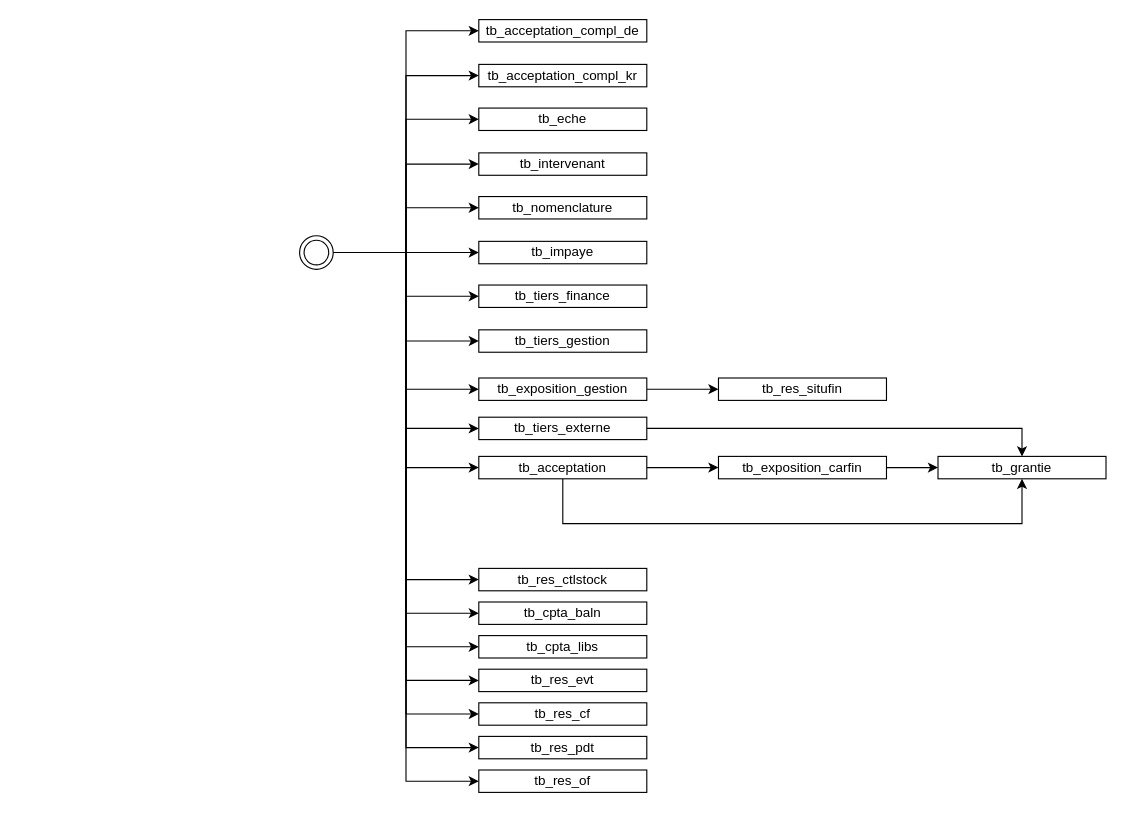
Earlier version of the draw.io diagram page "loading_order" (1 of 22) of schema_laurent.drawio (wunyu/drawio). Source tidied: cells renumbered, new cells numbered last; positions are measured from the earlier drawing's top-left corner, leaving out a move shared by most shapes. Both pictures are drawn from the tidied source at 112%, with x=0, y=0 at pixel (299, 19).
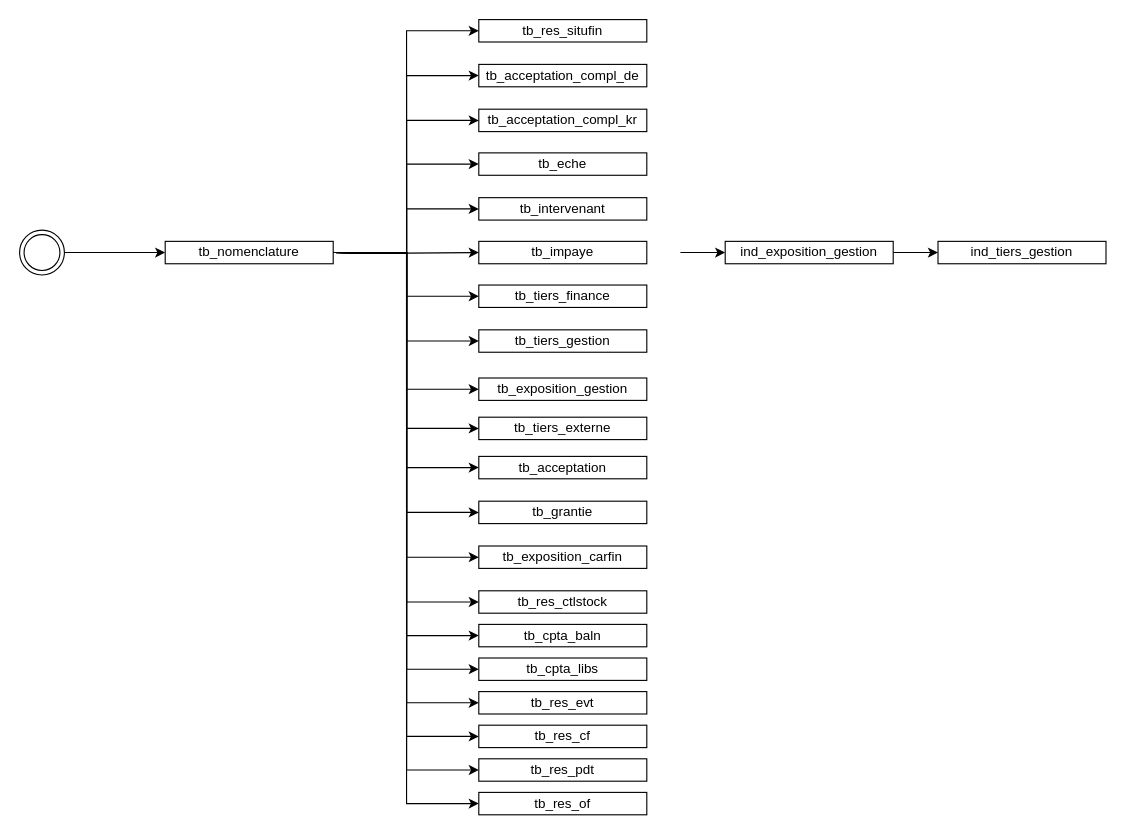
The same diagram, later.

Unchanged cells that the change refers to:
```xml
<mxCell id="3" value="tb_exposition_gestion" style="whiteSpace=wrap;html=1;" parent="1" vertex="1">
  <mxGeometry x="160" y="320" width="150" height="20" as="geometry" />
</mxCell>
<mxCell id="6" value="tb_acceptation" style="whiteSpace=wrap;html=1;" parent="1" vertex="1">
  <mxGeometry x="160" y="390" width="150" height="20" as="geometry" />
</mxCell>
<mxCell id="11" value="tb_tiers_externe" style="whiteSpace=wrap;html=1;" parent="1" vertex="1">
  <mxGeometry x="160" y="355" width="150" height="20" as="geometry" />
</mxCell>
<mxCell id="16" value="tb_impaye" style="whiteSpace=wrap;html=1;" parent="1" vertex="1">
  <mxGeometry x="160" y="198" width="150" height="20" as="geometry" />
</mxCell>
<mxCell id="19" value="tb_tiers_finance" style="whiteSpace=wrap;html=1;" parent="1" vertex="1">
  <mxGeometry x="160" y="237" width="150" height="20" as="geometry" />
</mxCell>
<mxCell id="20" value="tb_tiers_gestion" style="whiteSpace=wrap;html=1;" parent="1" vertex="1">
  <mxGeometry x="160" y="277" width="150" height="20" as="geometry" />
</mxCell>
```

Diff of the diagram source:
```diff
@@
-    <mxCell id="2" style="edgeStyle=orthogonalEdgeStyle;rounded=0;jettySize=auto;html=1;" parent="1" edge="1" source="3" target="12">
-      <mxGeometry relative="1" as="geometry" />
-    </mxCell>
@@
-    <mxCell id="4" style="edgeStyle=orthogonalEdgeStyle;rounded=0;jettySize=auto;html=1;" parent="1" edge="1" source="6" target="8">
-      <mxGeometry relative="1" as="geometry" />
-    </mxCell>
-    <mxCell id="5" style="edgeStyle=orthogonalEdgeStyle;rounded=0;jettySize=auto;html=1;entryX=0.5;entryY=1;entryDx=0;entryDy=0;" parent="1" edge="1" source="6" target="9">
-      <mxGeometry relative="1" as="geometry">
-        <Array as="points">
-          <mxPoint x="235" y="450" />
-          <mxPoint x="645" y="450" />
-        </Array>
-      </mxGeometry>
-    </mxCell>
@@
-    <mxCell id="7" style="edgeStyle=orthogonalEdgeStyle;rounded=0;jettySize=auto;html=1;" parent="1" edge="1" source="8" target="9">
-      <mxGeometry relative="1" as="geometry" />
-    </mxCell>
     <mxCell id="8" value="tb_exposition_carfin" style="whiteSpace=wrap;html=1;" parent="1" vertex="1">
-      <mxGeometry x="374" y="390" width="150" height="20" as="geometry" />
+      <mxGeometry x="160" y="470" width="150" height="20" as="geometry" />
     </mxCell>
     <mxCell id="9" value="tb_grantie" style="whiteSpace=wrap;html=1;" parent="1" vertex="1">
-      <mxGeometry x="570" y="390" width="150" height="20" as="geometry" />
+      <mxGeometry x="160" y="430" width="150" height="20" as="geometry" />
     </mxCell>
-    <mxCell id="10" style="edgeStyle=orthogonalEdgeStyle;rounded=0;jettySize=auto;html=1;entryX=0.5;entryY=0;entryDx=0;entryDy=0;" parent="1" edge="1" source="11" target="9">
-      <mxGeometry relative="1" as="geometry" />
-    </mxCell>
@@
     <mxCell id="12" value="tb_res_situfin" style="whiteSpace=wrap;html=1;" parent="1" vertex="1">
-      <mxGeometry x="374" y="320" width="150" height="20" as="geometry" />
+      <mxGeometry x="160" width="150" height="20" as="geometry" />
     </mxCell>
     <mxCell id="13" value="tb_acceptation_compl_de" style="whiteSpace=wrap;html=1;" parent="1" vertex="1">
-      <mxGeometry x="160" width="150" height="20" as="geometry" />
+      <mxGeometry x="160" y="40" width="150" height="20" as="geometry" />
     </mxCell>
     <mxCell id="14" value="tb_acceptation_compl_kr" style="whiteSpace=wrap;html=1;" parent="1" vertex="1">
-      <mxGeometry x="160" y="40" width="150" height="20" as="geometry" />
+      <mxGeometry x="160" y="80" width="150" height="20" as="geometry" />
     </mxCell>
     <mxCell id="15" value="tb_eche" style="whiteSpace=wrap;html=1;" parent="1" vertex="1">
-      <mxGeometry x="160" y="79" width="150" height="20" as="geometry" />
+      <mxGeometry x="160" y="119" width="150" height="20" as="geometry" />
     </mxCell>
@@
     <mxCell id="17" value="tb_intervenant" style="whiteSpace=wrap;html=1;" parent="1" vertex="1">
-      <mxGeometry x="160" y="119" width="150" height="20" as="geometry" />
+      <mxGeometry x="160" y="159" width="150" height="20" as="geometry" />
     </mxCell>
     <mxCell id="18" value="tb_nomenclature" style="whiteSpace=wrap;html=1;" parent="1" vertex="1">
-      <mxGeometry x="160" y="158" width="150" height="20" as="geometry" />
+      <mxGeometry x="-120" y="198" width="150" height="20" as="geometry" />
     </mxCell>
@@
-    <mxCell id="21" style="edgeStyle=orthogonalEdgeStyle;rounded=0;jettySize=auto;html=1;entryX=0;entryY=0.5;entryDx=0;entryDy=0;" parent="1" edge="1" source="39" target="13">
-      <mxGeometry relative="1" as="geometry" />
+    <mxCell id="21" style="edgeStyle=orthogonalEdgeStyle;rounded=0;jettySize=auto;html=1;entryX=0;entryY=0.5;entryDx=0;entryDy=0;" parent="1" edge="1" target="13">
+      <mxGeometry relative="1" as="geometry">
+        <mxPoint x="30" y="208" as="sourcePoint" />
+      </mxGeometry>
     </mxCell>
-    <mxCell id="22" style="edgeStyle=orthogonalEdgeStyle;rounded=0;jettySize=auto;html=1;entryX=0;entryY=0.5;entryDx=0;entryDy=0;" parent="1" edge="1" source="39" target="14">
-      <mxGeometry relative="1" as="geometry" />
+    <mxCell id="22" style="edgeStyle=orthogonalEdgeStyle;rounded=0;jettySize=auto;html=1;entryX=0;entryY=0.5;entryDx=0;entryDy=0;" parent="1" edge="1" target="14">
+      <mxGeometry relative="1" as="geometry">
+        <mxPoint x="30" y="208" as="sourcePoint" />
+      </mxGeometry>
     </mxCell>
-    <mxCell id="23" style="edgeStyle=orthogonalEdgeStyle;rounded=0;jettySize=auto;html=1;entryX=0;entryY=0.5;entryDx=0;entryDy=0;" parent="1" edge="1" source="39" target="15">
-      <mxGeometry relative="1" as="geometry" />
+    <mxCell id="23" style="edgeStyle=orthogonalEdgeStyle;rounded=0;jettySize=auto;html=1;entryX=0;entryY=0.5;entryDx=0;entryDy=0;" parent="1" edge="1" target="15">
+      <mxGeometry relative="1" as="geometry">
+        <mxPoint x="30" y="208" as="sourcePoint" />
+      </mxGeometry>
     </mxCell>
-    <mxCell id="24" style="edgeStyle=orthogonalEdgeStyle;rounded=0;jettySize=auto;html=1;entryX=0;entryY=0.5;entryDx=0;entryDy=0;" parent="1" edge="1" source="39" target="17">
-      <mxGeometry relative="1" as="geometry" />
+    <mxCell id="24" style="edgeStyle=orthogonalEdgeStyle;rounded=0;jettySize=auto;html=1;entryX=0;entryY=0.5;entryDx=0;entryDy=0;" parent="1" edge="1" target="17">
+      <mxGeometry relative="1" as="geometry">
+        <mxPoint x="30" y="208" as="sourcePoint" />
+      </mxGeometry>
     </mxCell>
-    <mxCell id="25" style="edgeStyle=orthogonalEdgeStyle;rounded=0;jettySize=auto;html=1;entryX=0;entryY=0.5;entryDx=0;entryDy=0;" parent="1" edge="1" source="39" target="18">
-      <mxGeometry relative="1" as="geometry" />
-    </mxCell>
-    <mxCell id="26" style="edgeStyle=orthogonalEdgeStyle;rounded=0;jettySize=auto;html=1;entryX=0;entryY=0.5;entryDx=0;entryDy=0;" parent="1" edge="1" source="39" target="16">
-      <mxGeometry relative="1" as="geometry" />
+    <mxCell id="26" style="edgeStyle=orthogonalEdgeStyle;rounded=0;jettySize=auto;html=1;entryX=0;entryY=0.5;entryDx=0;entryDy=0;" parent="1" edge="1" target="16">
+      <mxGeometry relative="1" as="geometry">
+        <mxPoint x="30" y="208" as="sourcePoint" />
+      </mxGeometry>
     </mxCell>
-    <mxCell id="27" style="edgeStyle=orthogonalEdgeStyle;rounded=0;jettySize=auto;html=1;entryX=0;entryY=0.5;entryDx=0;entryDy=0;" parent="1" edge="1" source="39" target="19">
-      <mxGeometry relative="1" as="geometry" />
+    <mxCell id="27" style="edgeStyle=orthogonalEdgeStyle;rounded=0;jettySize=auto;html=1;entryX=0;entryY=0.5;entryDx=0;entryDy=0;" parent="1" edge="1" target="19">
+      <mxGeometry relative="1" as="geometry">
+        <mxPoint x="30" y="208" as="sourcePoint" />
+      </mxGeometry>
     </mxCell>
-    <mxCell id="28" style="edgeStyle=orthogonalEdgeStyle;rounded=0;jettySize=auto;html=1;entryX=0;entryY=0.5;entryDx=0;entryDy=0;" parent="1" edge="1" source="39" target="20">
-      <mxGeometry relative="1" as="geometry" />
+    <mxCell id="28" style="edgeStyle=orthogonalEdgeStyle;rounded=0;jettySize=auto;html=1;entryX=0;entryY=0.5;entryDx=0;entryDy=0;" parent="1" edge="1" target="20">
+      <mxGeometry relative="1" as="geometry">
+        <mxPoint x="30" y="208" as="sourcePoint" />
+      </mxGeometry>
     </mxCell>
-    <mxCell id="29" style="edgeStyle=orthogonalEdgeStyle;rounded=0;jettySize=auto;html=1;entryX=0;entryY=0.5;entryDx=0;entryDy=0;" parent="1" edge="1" source="39" target="3">
-      <mxGeometry relative="1" as="geometry" />
+    <mxCell id="29" style="edgeStyle=orthogonalEdgeStyle;rounded=0;jettySize=auto;html=1;entryX=0;entryY=0.5;entryDx=0;entryDy=0;" parent="1" edge="1" target="3">
+      <mxGeometry relative="1" as="geometry">
+        <mxPoint x="30" y="208" as="sourcePoint" />
+      </mxGeometry>
     </mxCell>
-    <mxCell id="30" style="edgeStyle=orthogonalEdgeStyle;rounded=0;jettySize=auto;html=1;entryX=0;entryY=0.5;entryDx=0;entryDy=0;" parent="1" edge="1" source="39" target="11">
-      <mxGeometry relative="1" as="geometry" />
+    <mxCell id="30" style="edgeStyle=orthogonalEdgeStyle;rounded=0;jettySize=auto;html=1;entryX=0;entryY=0.5;entryDx=0;entryDy=0;" parent="1" edge="1" target="11">
+      <mxGeometry relative="1" as="geometry">
+        <mxPoint x="30" y="208" as="sourcePoint" />
+      </mxGeometry>
     </mxCell>
-    <mxCell id="31" style="edgeStyle=orthogonalEdgeStyle;rounded=0;jettySize=auto;html=1;entryX=0;entryY=0.5;entryDx=0;entryDy=0;" parent="1" edge="1" source="39" target="6">
-      <mxGeometry relative="1" as="geometry" />
+    <mxCell id="31" style="edgeStyle=orthogonalEdgeStyle;rounded=0;jettySize=auto;html=1;entryX=0;entryY=0.5;entryDx=0;entryDy=0;" parent="1" edge="1" target="6">
+      <mxGeometry relative="1" as="geometry">
+        <mxPoint x="30" y="208" as="sourcePoint" />
+      </mxGeometry>
     </mxCell>
-    <mxCell id="32" style="edgeStyle=orthogonalEdgeStyle;rounded=0;jettySize=auto;html=1;entryX=0;entryY=0.5;entryDx=0;entryDy=0;" parent="1" edge="1" source="39" target="40">
-      <mxGeometry relative="1" as="geometry" />
+    <mxCell id="32" style="edgeStyle=orthogonalEdgeStyle;rounded=0;jettySize=auto;html=1;entryX=0;entryY=0.5;entryDx=0;entryDy=0;" parent="1" edge="1" target="40">
+      <mxGeometry relative="1" as="geometry">
+        <mxPoint x="30" y="208" as="sourcePoint" />
+      </mxGeometry>
     </mxCell>
-    <mxCell id="33" style="edgeStyle=orthogonalEdgeStyle;rounded=0;jettySize=auto;html=1;entryX=0;entryY=0.5;entryDx=0;entryDy=0;" parent="1" edge="1" source="39" target="41">
-      <mxGeometry relative="1" as="geometry" />
+    <mxCell id="33" style="edgeStyle=orthogonalEdgeStyle;rounded=0;jettySize=auto;html=1;entryX=0;entryY=0.5;entryDx=0;entryDy=0;" parent="1" edge="1" target="41">
+      <mxGeometry relative="1" as="geometry">
+        <mxPoint x="30" y="208" as="sourcePoint" />
+      </mxGeometry>
     </mxCell>
-    <mxCell id="34" style="edgeStyle=orthogonalEdgeStyle;rounded=0;jettySize=auto;html=1;entryX=0;entryY=0.5;entryDx=0;entryDy=0;" parent="1" edge="1" source="39" target="42">
-      <mxGeometry relative="1" as="geometry" />
+    <mxCell id="34" style="edgeStyle=orthogonalEdgeStyle;rounded=0;jettySize=auto;html=1;entryX=0;entryY=0.5;entryDx=0;entryDy=0;" parent="1" edge="1" target="42">
+      <mxGeometry relative="1" as="geometry">
+        <mxPoint x="30" y="208" as="sourcePoint" />
+      </mxGeometry>
     </mxCell>
-    <mxCell id="35" style="edgeStyle=orthogonalEdgeStyle;rounded=0;jettySize=auto;html=1;entryX=0;entryY=0.5;entryDx=0;entryDy=0;" parent="1" edge="1" source="39" target="43">
-      <mxGeometry relative="1" as="geometry" />
+    <mxCell id="35" style="edgeStyle=orthogonalEdgeStyle;rounded=0;jettySize=auto;html=1;entryX=0;entryY=0.5;entryDx=0;entryDy=0;" parent="1" edge="1" target="43">
+      <mxGeometry relative="1" as="geometry">
+        <mxPoint x="30" y="208" as="sourcePoint" />
+      </mxGeometry>
     </mxCell>
-    <mxCell id="36" style="edgeStyle=orthogonalEdgeStyle;rounded=0;jettySize=auto;html=1;entryX=0;entryY=0.5;entryDx=0;entryDy=0;" parent="1" edge="1" source="39" target="44">
-      <mxGeometry relative="1" as="geometry" />
+    <mxCell id="36" style="edgeStyle=orthogonalEdgeStyle;rounded=0;jettySize=auto;html=1;entryX=0;entryY=0.5;entryDx=0;entryDy=0;" parent="1" edge="1" target="44">
+      <mxGeometry relative="1" as="geometry">
+        <mxPoint x="30" y="208" as="sourcePoint" />
+      </mxGeometry>
     </mxCell>
-    <mxCell id="37" style="edgeStyle=orthogonalEdgeStyle;rounded=0;jettySize=auto;html=1;entryX=0;entryY=0.5;entryDx=0;entryDy=0;" parent="1" edge="1" source="39" target="45">
-      <mxGeometry relative="1" as="geometry" />
+    <mxCell id="37" style="edgeStyle=orthogonalEdgeStyle;rounded=0;jettySize=auto;html=1;entryX=0;entryY=0.5;entryDx=0;entryDy=0;" parent="1" edge="1" target="45">
+      <mxGeometry relative="1" as="geometry">
+        <mxPoint x="30" y="208" as="sourcePoint" />
+      </mxGeometry>
     </mxCell>
-    <mxCell id="38" style="edgeStyle=orthogonalEdgeStyle;rounded=0;jettySize=auto;html=1;entryX=0;entryY=0.5;entryDx=0;entryDy=0;" parent="1" edge="1" source="39" target="46">
-      <mxGeometry relative="1" as="geometry" />
+    <mxCell id="38" style="edgeStyle=orthogonalEdgeStyle;rounded=0;jettySize=auto;html=1;entryX=0;entryY=0.5;entryDx=0;entryDy=0;" parent="1" edge="1" target="46">
+      <mxGeometry relative="1" as="geometry">
+        <mxPoint x="30" y="208" as="sourcePoint" />
+      </mxGeometry>
     </mxCell>
-    <mxCell id="39" style="ellipse;shape=doubleEllipse;html=1;dashed=0;whiteSpace=wrap;" parent="1" vertex="1">
-      <mxGeometry y="193" width="30" height="30" as="geometry" />
-    </mxCell>
+    <mxCell id="47" style="edgeStyle=orthogonalEdgeStyle;rounded=0;jettySize=auto;html=1;entryX=0;entryY=0.5;entryDx=0;entryDy=0;" parent="1" edge="1" target="12">
+      <mxGeometry relative="1" as="geometry">
+        <mxPoint x="30" y="208" as="sourcePoint" />
+      </mxGeometry>
+    </mxCell>
+    <mxCell id="48" style="edgeStyle=orthogonalEdgeStyle;rounded=0;jettySize=auto;html=1;entryX=0;entryY=0.5;entryDx=0;entryDy=0;" parent="1" edge="1" target="9">
+      <mxGeometry relative="1" as="geometry">
+        <mxPoint x="30" y="208" as="sourcePoint" />
+      </mxGeometry>
+    </mxCell>
+    <mxCell id="49" style="edgeStyle=orthogonalEdgeStyle;rounded=0;jettySize=auto;html=1;entryX=0;entryY=0.5;entryDx=0;entryDy=0;" parent="1" edge="1" target="8">
+      <mxGeometry relative="1" as="geometry">
+        <mxPoint x="30" y="208" as="sourcePoint" />
+      </mxGeometry>
+    </mxCell>
     <mxCell id="40" value="tb_res_ctlstock" style="whiteSpace=wrap;html=1;" parent="1" vertex="1">
-      <mxGeometry x="160" y="490" width="150" height="20" as="geometry" />
+      <mxGeometry x="160" y="510" width="150" height="20" as="geometry" />
     </mxCell>
     <mxCell id="41" value="tb_cpta_baln" style="whiteSpace=wrap;html=1;" parent="1" vertex="1">
-      <mxGeometry x="160" y="520" width="150" height="20" as="geometry" />
+      <mxGeometry x="160" y="540" width="150" height="20" as="geometry" />
     </mxCell>
     <mxCell id="42" value="tb_cpta_libs" style="whiteSpace=wrap;html=1;" parent="1" vertex="1">
-      <mxGeometry x="160" y="550" width="150" height="20" as="geometry" />
+      <mxGeometry x="160" y="570" width="150" height="20" as="geometry" />
     </mxCell>
     <mxCell id="43" value="tb_res_evt" style="whiteSpace=wrap;html=1;" parent="1" vertex="1">
-      <mxGeometry x="160" y="580" width="150" height="20" as="geometry" />
+      <mxGeometry x="160" y="600" width="150" height="20" as="geometry" />
     </mxCell>
     <mxCell id="44" value="tb_res_cf" style="whiteSpace=wrap;html=1;" parent="1" vertex="1">
-      <mxGeometry x="160" y="610" width="150" height="20" as="geometry" />
+      <mxGeometry x="160" y="630" width="150" height="20" as="geometry" />
     </mxCell>
     <mxCell id="45" value="tb_res_pdt" style="whiteSpace=wrap;html=1;" parent="1" vertex="1">
-      <mxGeometry x="160" y="640" width="150" height="20" as="geometry" />
+      <mxGeometry x="160" y="660" width="150" height="20" as="geometry" />
     </mxCell>
     <mxCell id="46" value="tb_res_of" style="whiteSpace=wrap;html=1;" parent="1" vertex="1">
-      <mxGeometry x="160" y="670" width="150" height="20" as="geometry" />
+      <mxGeometry x="160" y="690" width="150" height="20" as="geometry" />
     </mxCell>
+    <mxCell id="50" style="edgeStyle=orthogonalEdgeStyle;rounded=0;jettySize=auto;html=1;" parent="1" edge="1" source="51" target="52">
+      <mxGeometry relative="1" as="geometry" />
+    </mxCell>
+    <mxCell id="51" value="ind_exposition_gestion" style="whiteSpace=wrap;html=1;" parent="1" vertex="1">
+      <mxGeometry x="380" y="198" width="150" height="20" as="geometry" />
+    </mxCell>
+    <mxCell id="52" value="ind_tiers_gestion" style="whiteSpace=wrap;html=1;" parent="1" vertex="1">
+      <mxGeometry x="570" y="198" width="150" height="20" as="geometry" />
+    </mxCell>
+    <mxCell id="53" style="endArrow=classic;html=1;rounded=0;entryX=0;entryY=0.5;entryDx=0;entryDy=0;" parent="1" edge="1" target="51">
+      <mxGeometry relative="1" as="geometry">
+        <mxPoint x="340" y="208" as="sourcePoint" />
+      </mxGeometry>
+    </mxCell>
+    <mxCell id="54" style="edgeStyle=orthogonalEdgeStyle;rounded=0;jettySize=auto;html=1;entryX=0;entryY=0.5;entryDx=0;entryDy=0;" parent="1" edge="1" source="55" target="18">
+      <mxGeometry relative="1" as="geometry" />
+    </mxCell>
+    <mxCell id="55" style="ellipse;shape=doubleEllipse;whiteSpace=wrap;html=1;" parent="1" vertex="1">
+      <mxGeometry x="-250" y="188" width="40" height="40" as="geometry" />
+    </mxCell>
```
